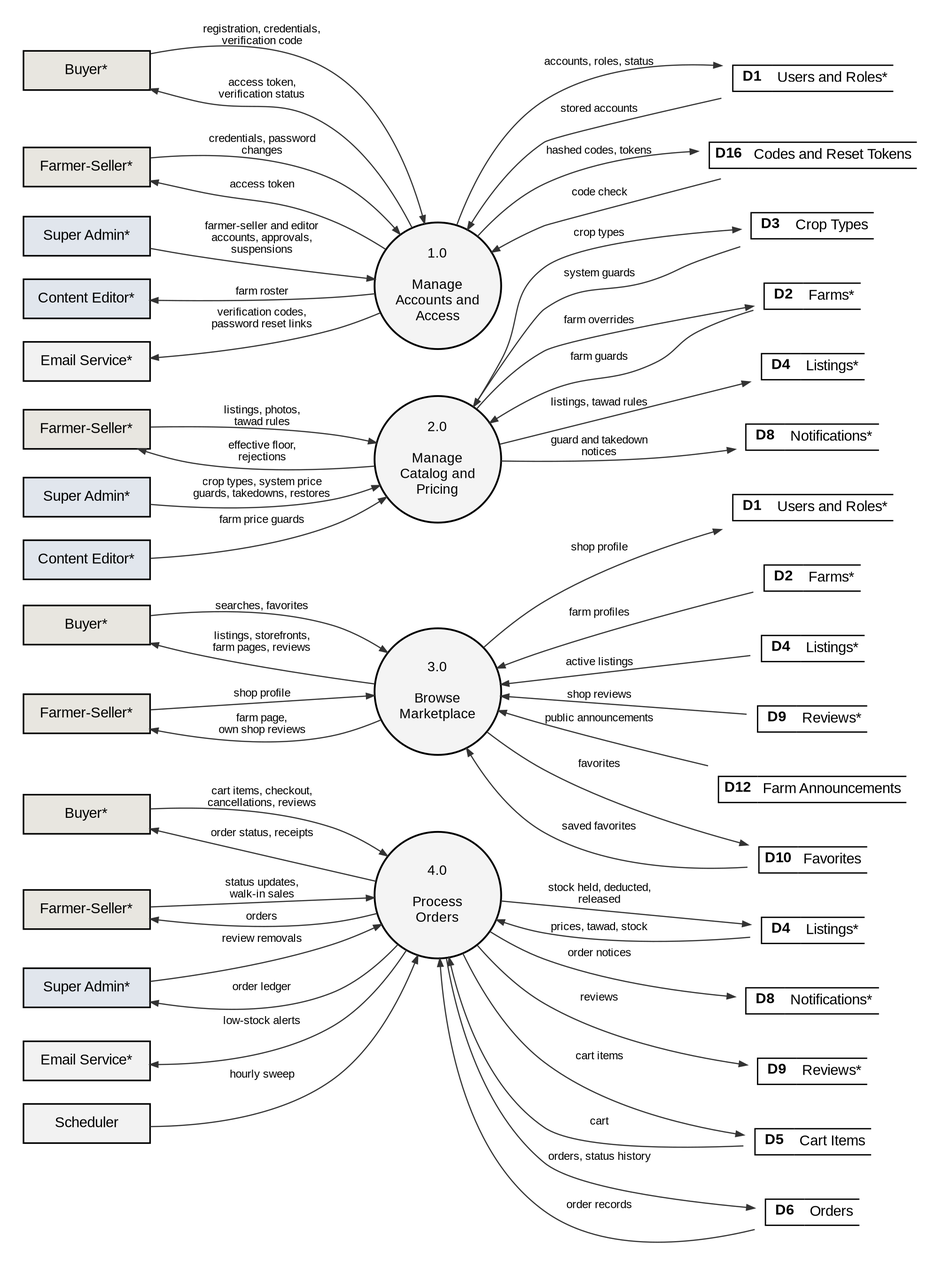
Before: docs/manuscript/figures/fig6_1a_dfd_level1.png, a diagram exported from Graphviz (shawncastaneda11-commits/anihow-backend). Its source is kept beside it as docs/manuscript/figures/src/fig6_1a_dfd_level1.dot.
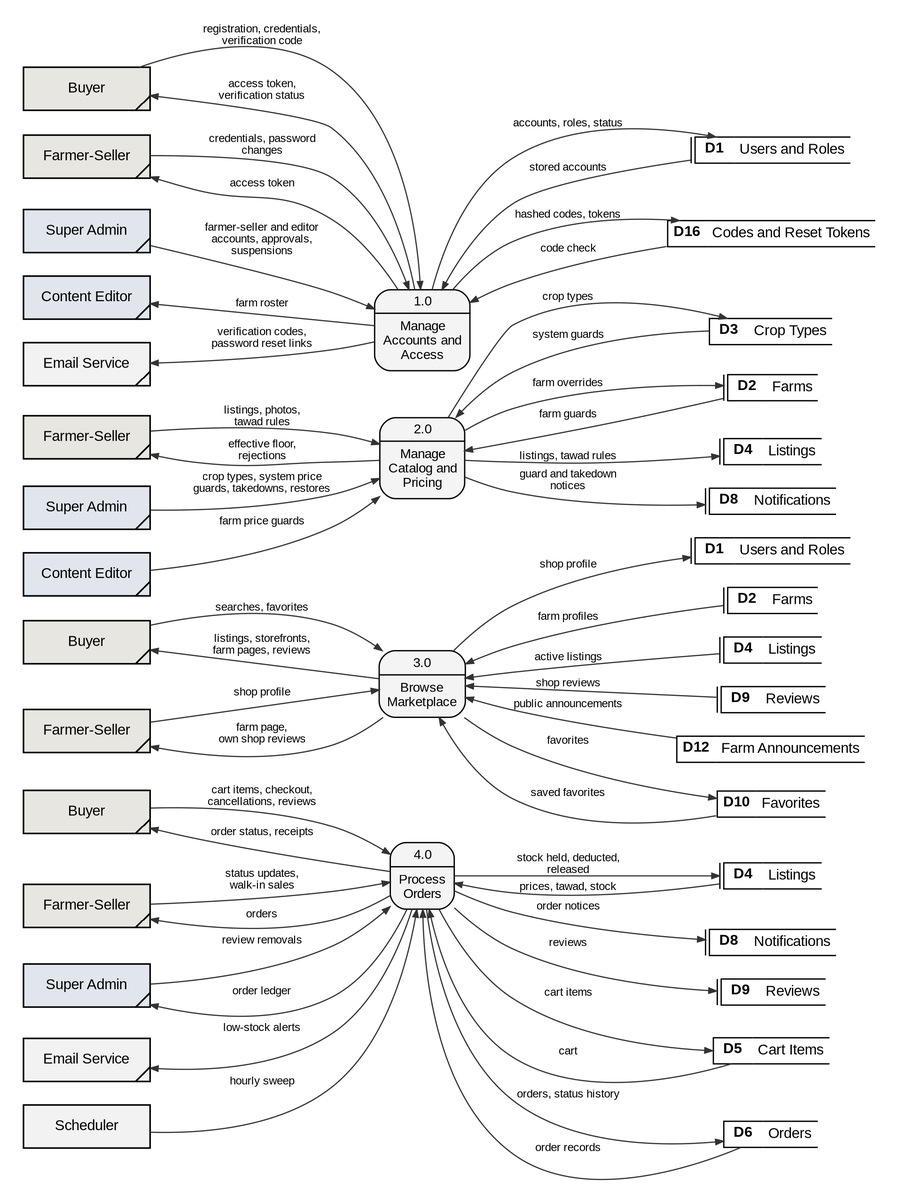
After the commit.

Change to the diagram source:
```diff
@@ -2,42 +2,42 @@
   graph [rankdir=LR, nodesep=0.25, ranksep=0.9, pad=0.25, fontname="Liberation Sans", newrank=true];
   node  [fontname="Liberation Sans", fontsize=11];
   edge  [penwidth=0.9, arrowsize=0.6, color="#333333", fontname="Liberation Sans", fontsize=8.5];
-  p1 [shape=circle, style=filled, fillcolor="#F4F4F4", penwidth=1.4, fixedsize=true, width=1.35, fontsize=10.5, label="1.0\n\nManage\nAccounts and\nAccess"];
-  by_p1 [shape=box, style=filled, fillcolor="#E8E6E0", penwidth=1.2, width=1.35, height=0.42, label="Buyer*"];
-  fs_p1 [shape=box, style=filled, fillcolor="#E8E6E0", penwidth=1.2, width=1.35, height=0.42, label="Farmer-Seller*"];
-  sa_p1 [shape=box, style=filled, fillcolor="#E1E6ED", penwidth=1.2, width=1.35, height=0.42, label="Super Admin*"];
-  ce_p1 [shape=box, style=filled, fillcolor="#E1E6ED", penwidth=1.2, width=1.35, height=0.42, label="Content Editor*"];
-  em_p1 [shape=box, style=filled, fillcolor="#F2F2F2", penwidth=1.2, width=1.35, height=0.42, label="Email Service*"];
-  D1_p1 [shape=plaintext, label=<<TABLE BORDER="0" CELLBORDER="1" CELLSPACING="0" CELLPADDING="3"><TR><TD SIDES="TBL" WIDTH="30"><B>D1</B></TD><TD SIDES="TB" ALIGN="LEFT">Users and Roles*</TD></TR></TABLE>>];
-  D16_p1 [shape=plaintext, label=<<TABLE BORDER="0" CELLBORDER="1" CELLSPACING="0" CELLPADDING="3"><TR><TD SIDES="TBL" WIDTH="30"><B>D16</B></TD><TD SIDES="TB" ALIGN="LEFT">Codes and Reset Tokens</TD></TR></TABLE>>];
-  p2 [shape=circle, style=filled, fillcolor="#F4F4F4", penwidth=1.4, fixedsize=true, width=1.35, fontsize=10.5, label="2.0\n\nManage\nCatalog and\nPricing"];
-  fs_p2 [shape=box, style=filled, fillcolor="#E8E6E0", penwidth=1.2, width=1.35, height=0.42, label="Farmer-Seller*"];
-  sa_p2 [shape=box, style=filled, fillcolor="#E1E6ED", penwidth=1.2, width=1.35, height=0.42, label="Super Admin*"];
-  ce_p2 [shape=box, style=filled, fillcolor="#E1E6ED", penwidth=1.2, width=1.35, height=0.42, label="Content Editor*"];
-  D3_p2 [shape=plaintext, label=<<TABLE BORDER="0" CELLBORDER="1" CELLSPACING="0" CELLPADDING="3"><TR><TD SIDES="TBL" WIDTH="30"><B>D3</B></TD><TD SIDES="TB" ALIGN="LEFT">Crop Types</TD></TR></TABLE>>];
-  D2_p2 [shape=plaintext, label=<<TABLE BORDER="0" CELLBORDER="1" CELLSPACING="0" CELLPADDING="3"><TR><TD SIDES="TBL" WIDTH="30"><B>D2</B></TD><TD SIDES="TB" ALIGN="LEFT">Farms*</TD></TR></TABLE>>];
-  D4_p2 [shape=plaintext, label=<<TABLE BORDER="0" CELLBORDER="1" CELLSPACING="0" CELLPADDING="3"><TR><TD SIDES="TBL" WIDTH="30"><B>D4</B></TD><TD SIDES="TB" ALIGN="LEFT">Listings*</TD></TR></TABLE>>];
-  D8_p2 [shape=plaintext, label=<<TABLE BORDER="0" CELLBORDER="1" CELLSPACING="0" CELLPADDING="3"><TR><TD SIDES="TBL" WIDTH="30"><B>D8</B></TD><TD SIDES="TB" ALIGN="LEFT">Notifications*</TD></TR></TABLE>>];
-  p3 [shape=circle, style=filled, fillcolor="#F4F4F4", penwidth=1.4, fixedsize=true, width=1.35, fontsize=10.5, label="3.0\n\nBrowse\nMarketplace"];
-  by_p3 [shape=box, style=filled, fillcolor="#E8E6E0", penwidth=1.2, width=1.35, height=0.42, label="Buyer*"];
-  fs_p3 [shape=box, style=filled, fillcolor="#E8E6E0", penwidth=1.2, width=1.35, height=0.42, label="Farmer-Seller*"];
-  D1_p3 [shape=plaintext, label=<<TABLE BORDER="0" CELLBORDER="1" CELLSPACING="0" CELLPADDING="3"><TR><TD SIDES="TBL" WIDTH="30"><B>D1</B></TD><TD SIDES="TB" ALIGN="LEFT">Users and Roles*</TD></TR></TABLE>>];
-  D2_p3 [shape=plaintext, label=<<TABLE BORDER="0" CELLBORDER="1" CELLSPACING="0" CELLPADDING="3"><TR><TD SIDES="TBL" WIDTH="30"><B>D2</B></TD><TD SIDES="TB" ALIGN="LEFT">Farms*</TD></TR></TABLE>>];
-  D4_p3 [shape=plaintext, label=<<TABLE BORDER="0" CELLBORDER="1" CELLSPACING="0" CELLPADDING="3"><TR><TD SIDES="TBL" WIDTH="30"><B>D4</B></TD><TD SIDES="TB" ALIGN="LEFT">Listings*</TD></TR></TABLE>>];
-  D9_p3 [shape=plaintext, label=<<TABLE BORDER="0" CELLBORDER="1" CELLSPACING="0" CELLPADDING="3"><TR><TD SIDES="TBL" WIDTH="30"><B>D9</B></TD><TD SIDES="TB" ALIGN="LEFT">Reviews*</TD></TR></TABLE>>];
-  D12_p3 [shape=plaintext, label=<<TABLE BORDER="0" CELLBORDER="1" CELLSPACING="0" CELLPADDING="3"><TR><TD SIDES="TBL" WIDTH="30"><B>D12</B></TD><TD SIDES="TB" ALIGN="LEFT">Farm Announcements</TD></TR></TABLE>>];
-  D10_p3 [shape=plaintext, label=<<TABLE BORDER="0" CELLBORDER="1" CELLSPACING="0" CELLPADDING="3"><TR><TD SIDES="TBL" WIDTH="30"><B>D10</B></TD><TD SIDES="TB" ALIGN="LEFT">Favorites</TD></TR></TABLE>>];
-  p4 [shape=circle, style=filled, fillcolor="#F4F4F4", penwidth=1.4, fixedsize=true, width=1.35, fontsize=10.5, label="4.0\n\nProcess\nOrders"];
-  by_p4 [shape=box, style=filled, fillcolor="#E8E6E0", penwidth=1.2, width=1.35, height=0.42, label="Buyer*"];
-  fs_p4 [shape=box, style=filled, fillcolor="#E8E6E0", penwidth=1.2, width=1.35, height=0.42, label="Farmer-Seller*"];
-  sa_p4 [shape=box, style=filled, fillcolor="#E1E6ED", penwidth=1.2, width=1.35, height=0.42, label="Super Admin*"];
-  em_p4 [shape=box, style=filled, fillcolor="#F2F2F2", penwidth=1.2, width=1.35, height=0.42, label="Email Service*"];
-  D4_p4 [shape=plaintext, label=<<TABLE BORDER="0" CELLBORDER="1" CELLSPACING="0" CELLPADDING="3"><TR><TD SIDES="TBL" WIDTH="30"><B>D4</B></TD><TD SIDES="TB" ALIGN="LEFT">Listings*</TD></TR></TABLE>>];
-  D8_p4 [shape=plaintext, label=<<TABLE BORDER="0" CELLBORDER="1" CELLSPACING="0" CELLPADDING="3"><TR><TD SIDES="TBL" WIDTH="30"><B>D8</B></TD><TD SIDES="TB" ALIGN="LEFT">Notifications*</TD></TR></TABLE>>];
-  D9_p4 [shape=plaintext, label=<<TABLE BORDER="0" CELLBORDER="1" CELLSPACING="0" CELLPADDING="3"><TR><TD SIDES="TBL" WIDTH="30"><B>D9</B></TD><TD SIDES="TB" ALIGN="LEFT">Reviews*</TD></TR></TABLE>>];
-  sch_p4 [shape=box, style=filled, fillcolor="#F2F2F2", penwidth=1.2, width=1.35, height=0.42, label="Scheduler"];
-  D5_p4 [shape=plaintext, label=<<TABLE BORDER="0" CELLBORDER="1" CELLSPACING="0" CELLPADDING="3"><TR><TD SIDES="TBL" WIDTH="30"><B>D5</B></TD><TD SIDES="TB" ALIGN="LEFT">Cart Items</TD></TR></TABLE>>];
-  D6_p4 [shape=plaintext, label=<<TABLE BORDER="0" CELLBORDER="1" CELLSPACING="0" CELLPADDING="3"><TR><TD SIDES="TBL" WIDTH="30"><B>D6</B></TD><TD SIDES="TB" ALIGN="LEFT">Orders</TD></TR></TABLE>>];
+  p1 [shape=plaintext, margin=0, width=0, height=0, label=<<TABLE STYLE="ROUNDED" BORDER="1" CELLBORDER="0" CELLSPACING="0" CELLPADDING="3" BGCOLOR="#F4F4F4"><TR><TD><FONT POINT-SIZE="10.5">1.0</FONT></TD></TR><HR/><TR><TD CELLPADDING="5"><FONT POINT-SIZE="10.5">Manage<BR/>Accounts and<BR/>Access</FONT></TD></TR></TABLE>>];
+  by_p1 [shape=box, style=filled, fillcolor="#E8E6E0", penwidth=1.2, width=1.35, height=0.46, label="Buyer", comment="gsdup"];
+  fs_p1 [shape=box, style=filled, fillcolor="#E8E6E0", penwidth=1.2, width=1.35, height=0.46, label="Farmer-Seller", comment="gsdup"];
+  sa_p1 [shape=box, style=filled, fillcolor="#E1E6ED", penwidth=1.2, width=1.35, height=0.46, label="Super Admin", comment="gsdup"];
+  ce_p1 [shape=box, style=filled, fillcolor="#E1E6ED", penwidth=1.2, width=1.35, height=0.46, label="Content Editor", comment="gsdup"];
+  em_p1 [shape=box, style=filled, fillcolor="#F2F2F2", penwidth=1.2, width=1.35, height=0.46, label="Email Service", comment="gsdup"];
+  D1_p1 [shape=plaintext, margin=0, width=0, height=0, label=<<TABLE BORDER="0" CELLBORDER="1" CELLSPACING="0" CELLPADDING="3"><TR><TD SIDES="L" WIDTH="3" CELLPADDING="0"></TD><TD SIDES="TBL" WIDTH="30"><B>D1</B></TD><TD SIDES="TB" ALIGN="LEFT">Users and Roles</TD></TR></TABLE>>];
+  D16_p1 [shape=plaintext, margin=0, width=0, height=0, label=<<TABLE BORDER="0" CELLBORDER="1" CELLSPACING="0" CELLPADDING="3"><TR><TD SIDES="TBL" WIDTH="30"><B>D16</B></TD><TD SIDES="TB" ALIGN="LEFT">Codes and Reset Tokens</TD></TR></TABLE>>];
+  p2 [shape=plaintext, margin=0, width=0, height=0, label=<<TABLE STYLE="ROUNDED" BORDER="1" CELLBORDER="0" CELLSPACING="0" CELLPADDING="3" BGCOLOR="#F4F4F4"><TR><TD><FONT POINT-SIZE="10.5">2.0</FONT></TD></TR><HR/><TR><TD CELLPADDING="5"><FONT POINT-SIZE="10.5">Manage<BR/>Catalog and<BR/>Pricing</FONT></TD></TR></TABLE>>];
+  fs_p2 [shape=box, style=filled, fillcolor="#E8E6E0", penwidth=1.2, width=1.35, height=0.46, label="Farmer-Seller", comment="gsdup"];
+  sa_p2 [shape=box, style=filled, fillcolor="#E1E6ED", penwidth=1.2, width=1.35, height=0.46, label="Super Admin", comment="gsdup"];
+  ce_p2 [shape=box, style=filled, fillcolor="#E1E6ED", penwidth=1.2, width=1.35, height=0.46, label="Content Editor", comment="gsdup"];
+  D3_p2 [shape=plaintext, margin=0, width=0, height=0, label=<<TABLE BORDER="0" CELLBORDER="1" CELLSPACING="0" CELLPADDING="3"><TR><TD SIDES="TBL" WIDTH="30"><B>D3</B></TD><TD SIDES="TB" ALIGN="LEFT">Crop Types</TD></TR></TABLE>>];
+  D2_p2 [shape=plaintext, margin=0, width=0, height=0, label=<<TABLE BORDER="0" CELLBORDER="1" CELLSPACING="0" CELLPADDING="3"><TR><TD SIDES="L" WIDTH="3" CELLPADDING="0"></TD><TD SIDES="TBL" WIDTH="30"><B>D2</B></TD><TD SIDES="TB" ALIGN="LEFT">Farms</TD></TR></TABLE>>];
+  D4_p2 [shape=plaintext, margin=0, width=0, height=0, label=<<TABLE BORDER="0" CELLBORDER="1" CELLSPACING="0" CELLPADDING="3"><TR><TD SIDES="L" WIDTH="3" CELLPADDING="0"></TD><TD SIDES="TBL" WIDTH="30"><B>D4</B></TD><TD SIDES="TB" ALIGN="LEFT">Listings</TD></TR></TABLE>>];
+  D8_p2 [shape=plaintext, margin=0, width=0, height=0, label=<<TABLE BORDER="0" CELLBORDER="1" CELLSPACING="0" CELLPADDING="3"><TR><TD SIDES="L" WIDTH="3" CELLPADDING="0"></TD><TD SIDES="TBL" WIDTH="30"><B>D8</B></TD><TD SIDES="TB" ALIGN="LEFT">Notifications</TD></TR></TABLE>>];
+  p3 [shape=plaintext, margin=0, width=0, height=0, label=<<TABLE STYLE="ROUNDED" BORDER="1" CELLBORDER="0" CELLSPACING="0" CELLPADDING="3" BGCOLOR="#F4F4F4"><TR><TD><FONT POINT-SIZE="10.5">3.0</FONT></TD></TR><HR/><TR><TD CELLPADDING="5"><FONT POINT-SIZE="10.5">Browse<BR/>Marketplace</FONT></TD></TR></TABLE>>];
+  by_p3 [shape=box, style=filled, fillcolor="#E8E6E0", penwidth=1.2, width=1.35, height=0.46, label="Buyer", comment="gsdup"];
+  fs_p3 [shape=box, style=filled, fillcolor="#E8E6E0", penwidth=1.2, width=1.35, height=0.46, label="Farmer-Seller", comment="gsdup"];
+  D1_p3 [shape=plaintext, margin=0, width=0, height=0, label=<<TABLE BORDER="0" CELLBORDER="1" CELLSPACING="0" CELLPADDING="3"><TR><TD SIDES="L" WIDTH="3" CELLPADDING="0"></TD><TD SIDES="TBL" WIDTH="30"><B>D1</B></TD><TD SIDES="TB" ALIGN="LEFT">Users and Roles</TD></TR></TABLE>>];
+  D2_p3 [shape=plaintext, margin=0, width=0, height=0, label=<<TABLE BORDER="0" CELLBORDER="1" CELLSPACING="0" CELLPADDING="3"><TR><TD SIDES="L" WIDTH="3" CELLPADDING="0"></TD><TD SIDES="TBL" WIDTH="30"><B>D2</B></TD><TD SIDES="TB" ALIGN="LEFT">Farms</TD></TR></TABLE>>];
+  D4_p3 [shape=plaintext, margin=0, width=0, height=0, label=<<TABLE BORDER="0" CELLBORDER="1" CELLSPACING="0" CELLPADDING="3"><TR><TD SIDES="L" WIDTH="3" CELLPADDING="0"></TD><TD SIDES="TBL" WIDTH="30"><B>D4</B></TD><TD SIDES="TB" ALIGN="LEFT">Listings</TD></TR></TABLE>>];
+  D9_p3 [shape=plaintext, margin=0, width=0, height=0, label=<<TABLE BORDER="0" CELLBORDER="1" CELLSPACING="0" CELLPADDING="3"><TR><TD SIDES="L" WIDTH="3" CELLPADDING="0"></TD><TD SIDES="TBL" WIDTH="30"><B>D9</B></TD><TD SIDES="TB" ALIGN="LEFT">Reviews</TD></TR></TABLE>>];
+  D12_p3 [shape=plaintext, margin=0, width=0, height=0, label=<<TABLE BORDER="0" CELLBORDER="1" CELLSPACING="0" CELLPADDING="3"><TR><TD SIDES="TBL" WIDTH="30"><B>D12</B></TD><TD SIDES="TB" ALIGN="LEFT">Farm Announcements</TD></TR></TABLE>>];
+  D10_p3 [shape=plaintext, margin=0, width=0, height=0, label=<<TABLE BORDER="0" CELLBORDER="1" CELLSPACING="0" CELLPADDING="3"><TR><TD SIDES="TBL" WIDTH="30"><B>D10</B></TD><TD SIDES="TB" ALIGN="LEFT">Favorites</TD></TR></TABLE>>];
+  p4 [shape=plaintext, margin=0, width=0, height=0, label=<<TABLE STYLE="ROUNDED" BORDER="1" CELLBORDER="0" CELLSPACING="0" CELLPADDING="3" BGCOLOR="#F4F4F4"><TR><TD><FONT POINT-SIZE="10.5">4.0</FONT></TD></TR><HR/><TR><TD CELLPADDING="5"><FONT POINT-SIZE="10.5">Process<BR/>Orders</FONT></TD></TR></TABLE>>];
+  by_p4 [shape=box, style=filled, fillcolor="#E8E6E0", penwidth=1.2, width=1.35, height=0.46, label="Buyer", comment="gsdup"];
+  fs_p4 [shape=box, style=filled, fillcolor="#E8E6E0", penwidth=1.2, width=1.35, height=0.46, label="Farmer-Seller", comment="gsdup"];
+  sa_p4 [shape=box, style=filled, fillcolor="#E1E6ED", penwidth=1.2, width=1.35, height=0.46, label="Super Admin", comment="gsdup"];
+  em_p4 [shape=box, style=filled, fillcolor="#F2F2F2", penwidth=1.2, width=1.35, height=0.46, label="Email Service", comment="gsdup"];
+  D4_p4 [shape=plaintext, margin=0, width=0, height=0, label=<<TABLE BORDER="0" CELLBORDER="1" CELLSPACING="0" CELLPADDING="3"><TR><TD SIDES="L" WIDTH="3" CELLPADDING="0"></TD><TD SIDES="TBL" WIDTH="30"><B>D4</B></TD><TD SIDES="TB" ALIGN="LEFT">Listings</TD></TR></TABLE>>];
+  D8_p4 [shape=plaintext, margin=0, width=0, height=0, label=<<TABLE BORDER="0" CELLBORDER="1" CELLSPACING="0" CELLPADDING="3"><TR><TD SIDES="L" WIDTH="3" CELLPADDING="0"></TD><TD SIDES="TBL" WIDTH="30"><B>D8</B></TD><TD SIDES="TB" ALIGN="LEFT">Notifications</TD></TR></TABLE>>];
+  D9_p4 [shape=plaintext, margin=0, width=0, height=0, label=<<TABLE BORDER="0" CELLBORDER="1" CELLSPACING="0" CELLPADDING="3"><TR><TD SIDES="L" WIDTH="3" CELLPADDING="0"></TD><TD SIDES="TBL" WIDTH="30"><B>D9</B></TD><TD SIDES="TB" ALIGN="LEFT">Reviews</TD></TR></TABLE>>];
+  sch_p4 [shape=box, style=filled, fillcolor="#F2F2F2", penwidth=1.2, width=1.35, height=0.46, label="Scheduler"];
+  D5_p4 [shape=plaintext, margin=0, width=0, height=0, label=<<TABLE BORDER="0" CELLBORDER="1" CELLSPACING="0" CELLPADDING="3"><TR><TD SIDES="TBL" WIDTH="30"><B>D5</B></TD><TD SIDES="TB" ALIGN="LEFT">Cart Items</TD></TR></TABLE>>];
+  D6_p4 [shape=plaintext, margin=0, width=0, height=0, label=<<TABLE BORDER="0" CELLBORDER="1" CELLSPACING="0" CELLPADDING="3"><TR><TD SIDES="TBL" WIDTH="30"><B>D6</B></TD><TD SIDES="TB" ALIGN="LEFT">Orders</TD></TR></TABLE>>];
   by_p1 -> p1 [label="registration, credentials,\nverification code"];
   fs_p1 -> p1 [label="credentials, password\nchanges"];
   sa_p1 -> p1 [label="farmer-seller and editor\naccounts, approvals,\nsuspensions"];
```
